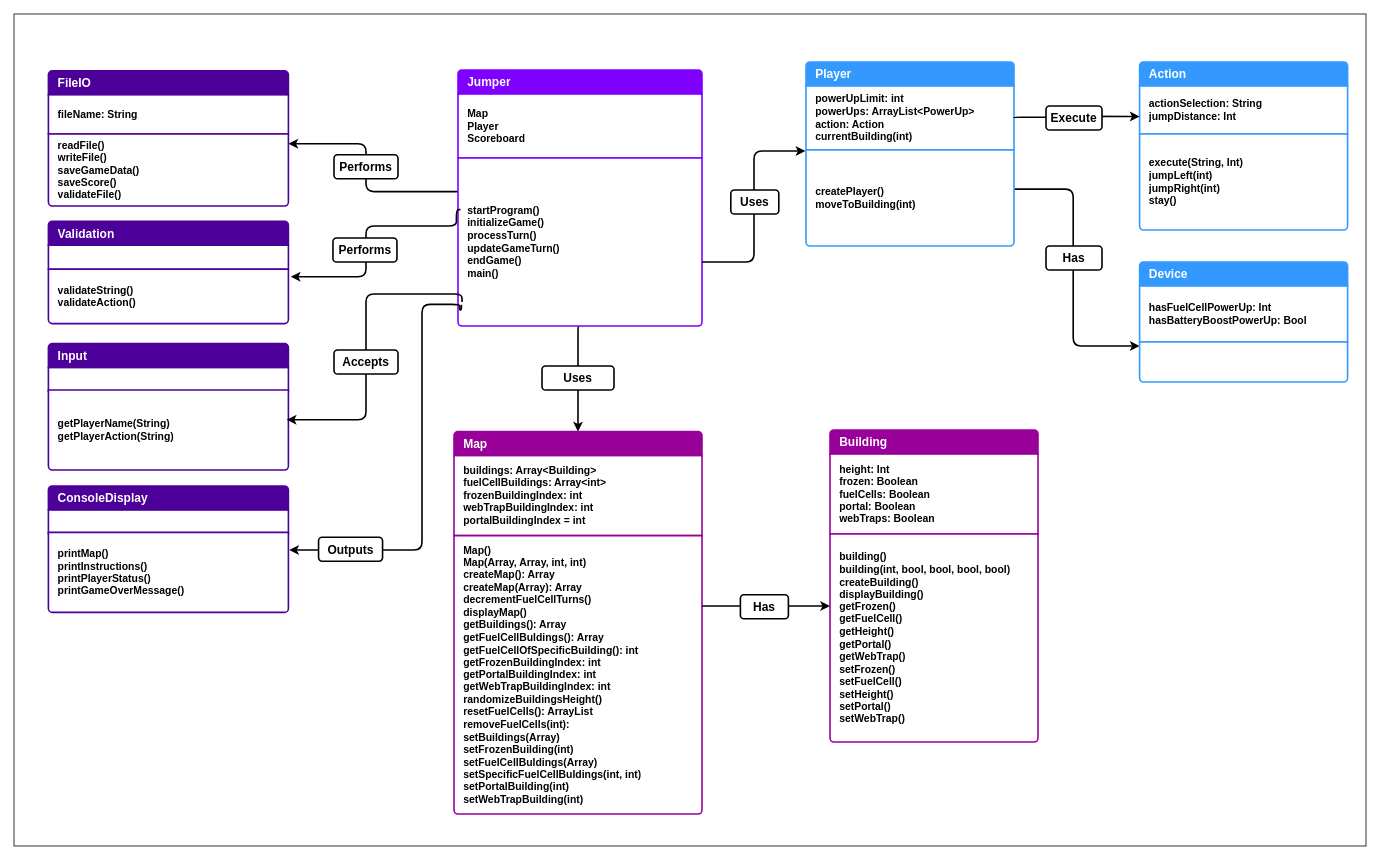
This is Java Programming/Assignment Java Jumper/doc/ClassDiagram.drawio from ByteToBits/CompScience, a draw.io file, before an edit. Source tidied: cells renumbered, new cells numbered last; positions are measured from the earlier drawing's top-left corner, leaving out a move shared by most shapes. Both pictures are drawn from the tidied source at 80%, with x=0, y=0 at pixel (14, 14).
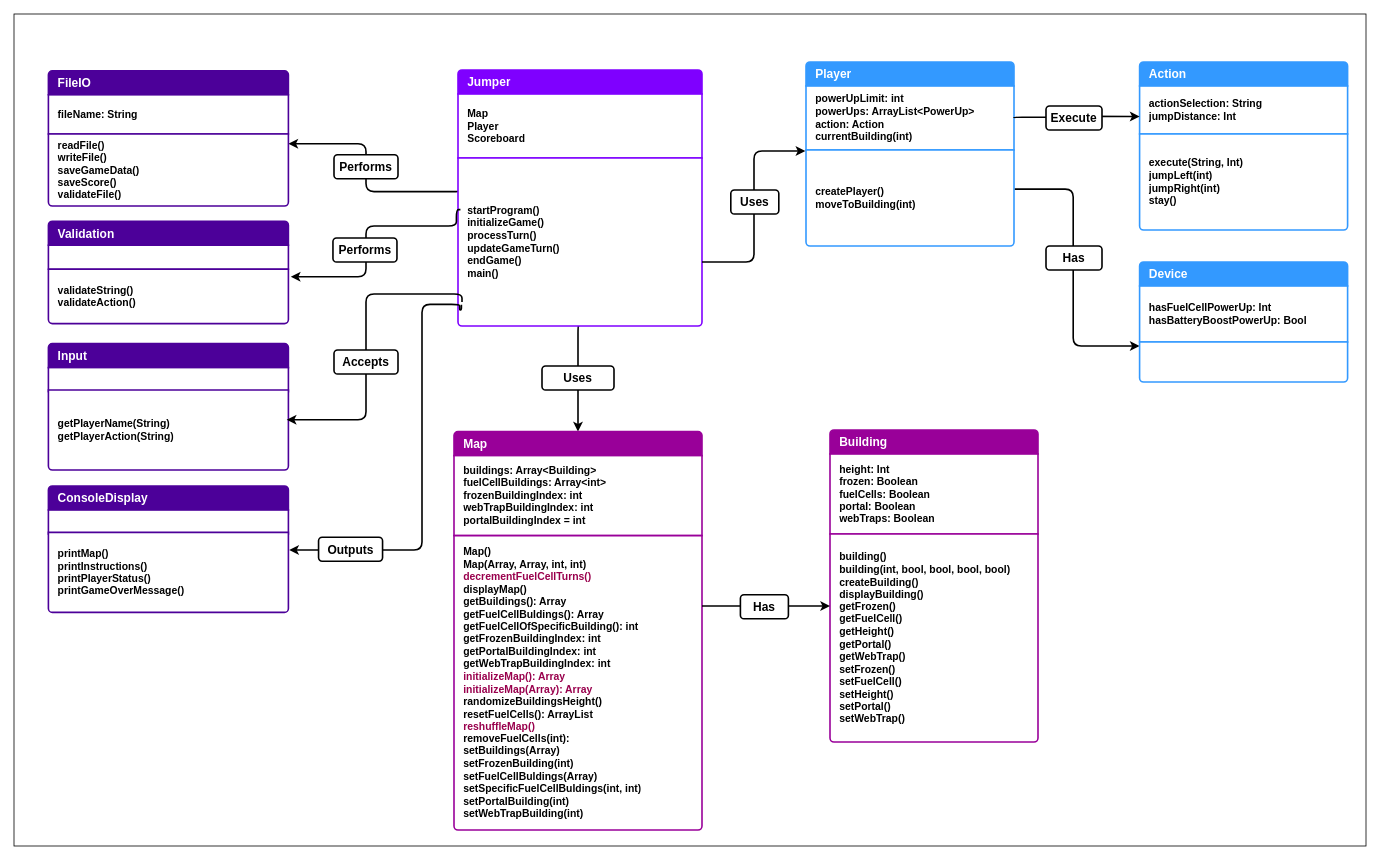
Above is the later version.

Change to the diagram source:
```diff
@@
-    <mxCell id="30" value="&lt;div&gt;Map()&lt;br&gt;Map(Array, Array, int, int)&lt;br&gt;createMap(): Array&lt;/div&gt;&lt;div&gt;createMap(&lt;span style=&quot;background-color: initial;&quot;&gt;Array&lt;/span&gt;&lt;span style=&quot;background-color: initial;&quot;&gt;): Array&lt;/span&gt;&lt;/div&gt;&lt;div&gt;decrementFuelCellTurns()&lt;/div&gt;&lt;div&gt;displayMap()&lt;/div&gt;&lt;div&gt;getBuildings(): Array&lt;br&gt;getFuelCellBuldings(): Array&lt;/div&gt;&lt;div&gt;getFuelCellOfSpecificBuilding(): int&lt;br&gt;getFrozenBuildingIndex: int&lt;/div&gt;&lt;div&gt;getPortalBuildingIndex: int&lt;br&gt;getWebTrapBuildingIndex: int&lt;/div&gt;&lt;div&gt;randomizeBuildingsHeight()&lt;br&gt;&lt;/div&gt;&lt;div&gt;resetFuelCells(): ArrayList&lt;/div&gt;&lt;div&gt;removeFuelCells(int):&lt;br&gt;setBuildings(Array)&lt;br&gt;setFrozenBuilding(int)&lt;br&gt;setFuelCellBuldings(Array)&lt;/div&gt;&lt;div&gt;setSpecificFuelCellBuldings(int, int)&lt;br&gt;&lt;/div&gt;&lt;div&gt;setPortalBuilding(int)&lt;br&gt;setWebTrapBuilding(int)&lt;br&gt;&lt;/div&gt;" style="text;strokeColor=#990099;fillColor=#FFFFFF;align=left;verticalAlign=middle;spacingLeft=10;spacingRight=10;overflow=hidden;whiteSpace=wrap;html=1;shape=mxgraph.bootstrap.bottomButton;rSize=5;fontColor=#000000;strokeWidth=2;labelPadding=0;labelBorderColor=none;fontSize=13;fontStyle=1;shadow=0;perimeterSpacing=0;swimlaneLine=0;" parent="1" vertex="1">
-      <mxGeometry x="550" y="652" width="310" height="348" as="geometry" />
+    <mxCell id="30" value="&lt;div&gt;Map()&lt;br&gt;Map(Array, Array, int, int)&lt;br&gt;&lt;/div&gt;&lt;div&gt;&lt;font color=&quot;#99004d&quot;&gt;decrementFuelCellTurns()&lt;/font&gt;&lt;/div&gt;&lt;div&gt;displayMap()&lt;/div&gt;&lt;div&gt;getBuildings(): Array&lt;br&gt;getFuelCellBuldings(): Array&lt;/div&gt;&lt;div&gt;getFuelCellOfSpecificBuilding(): int&lt;br&gt;getFrozenBuildingIndex: int&lt;/div&gt;&lt;div&gt;getPortalBuildingIndex: int&lt;br&gt;getWebTrapBuildingIndex: int&lt;/div&gt;&lt;div&gt;&lt;div&gt;&lt;font color=&quot;#99004d&quot;&gt;initializeMap(): Array&lt;/font&gt;&lt;/div&gt;&lt;div&gt;&lt;font color=&quot;#99004d&quot;&gt;initializeMap(&lt;span style=&quot;background-color: initial;&quot;&gt;Array&lt;/span&gt;&lt;span style=&quot;background-color: initial;&quot;&gt;): Array&lt;/span&gt;&lt;/font&gt;&lt;/div&gt;&lt;/div&gt;&lt;div&gt;randomizeBuildingsHeight()&lt;br&gt;&lt;/div&gt;&lt;div&gt;resetFuelCells(): ArrayList&lt;/div&gt;&lt;div&gt;&lt;span style=&quot;color: rgb(153, 0, 77);&quot;&gt;reshuffleMap()&lt;/span&gt;&lt;br&gt;&lt;/div&gt;&lt;div&gt;removeFuelCells(int):&lt;br&gt;setBuildings(Array)&lt;br&gt;setFrozenBuilding(int)&lt;br&gt;setFuelCellBuldings(Array)&lt;/div&gt;&lt;div&gt;setSpecificFuelCellBuldings(int, int)&lt;br&gt;&lt;/div&gt;&lt;div&gt;setPortalBuilding(int)&lt;br&gt;setWebTrapBuilding(int)&lt;/div&gt;" style="text;strokeColor=#990099;fillColor=#FFFFFF;align=left;verticalAlign=middle;spacingLeft=10;spacingRight=10;overflow=hidden;whiteSpace=wrap;html=1;shape=mxgraph.bootstrap.bottomButton;rSize=5;fontColor=#000000;strokeWidth=2;labelPadding=0;labelBorderColor=none;fontSize=13;fontStyle=1;shadow=0;perimeterSpacing=0;swimlaneLine=0;" parent="1" vertex="1">
+      <mxGeometry x="550" y="652" width="310" height="368" as="geometry" />
     </mxCell>
```
